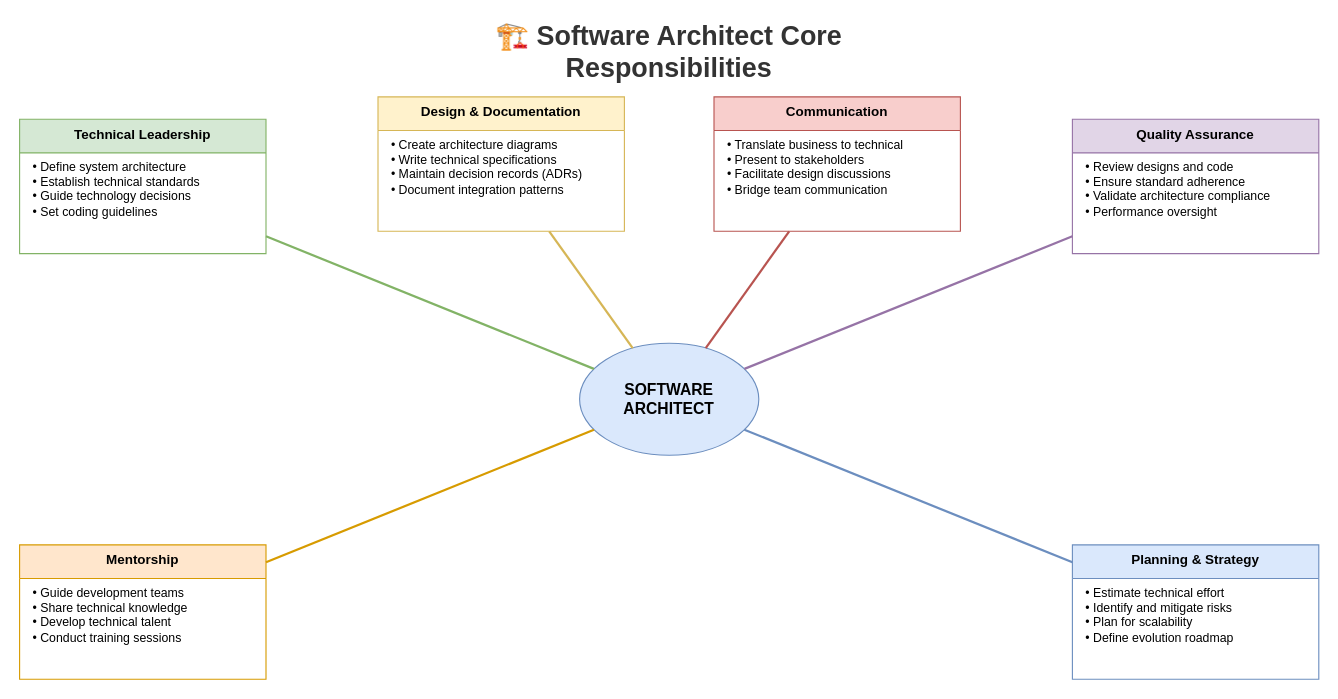
The draw.io diagram lesson-00-software-architect-overview/diagrams/1.1-core-responsibilities.drawio in MrParkerZ7/document-lesson-software-architect-x-claude, before the edit. Source tidied: cells renumbered, new cells numbered last; positions are measured from the earlier drawing's top-left corner, leaving out a move shared by most shapes. Both pictures are drawn from the tidied source at 112%, with x=0, y=0 at pixel (19, 29).
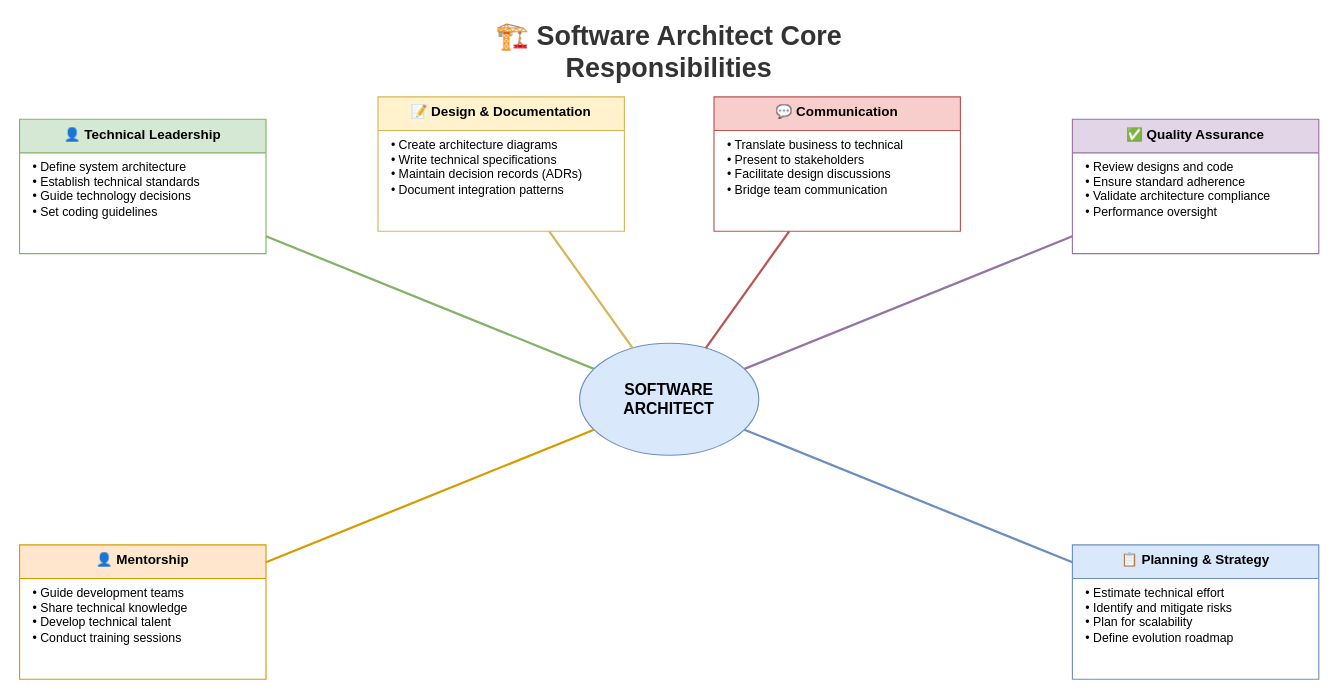
After the change.

What changed in the source:
```diff
@@
-    <mxCell id="4" value="Technical Leadership" style="swimlane;fontStyle=1;align=center;verticalAlign=top;horizontal=1;startSize=30;fillColor=#d5e8d4;strokeColor=#82b366;" parent="1" vertex="1">
+    <mxCell id="4" value="👤 Technical Leadership" style="swimlane;fontStyle=1;align=center;verticalAlign=top;horizontal=1;startSize=30;fillColor=#d5e8d4;strokeColor=#82b366;" parent="1" vertex="1">
       <mxGeometry y="80" width="220" height="120" as="geometry" />
     </mxCell>
@@
-    <mxCell id="6" value="Design &amp; Documentation" style="swimlane;fontStyle=1;align=center;verticalAlign=top;horizontal=1;startSize=30;fillColor=#fff2cc;strokeColor=#d6b656;" parent="1" vertex="1">
+    <mxCell id="6" value="📝 Design &amp; Documentation" style="swimlane;fontStyle=1;align=center;verticalAlign=top;horizontal=1;startSize=30;fillColor=#fff2cc;strokeColor=#d6b656;" parent="1" vertex="1">
       <mxGeometry x="320" y="60" width="220" height="120" as="geometry" />
     </mxCell>
@@
-    <mxCell id="8" value="Communication" style="swimlane;fontStyle=1;align=center;verticalAlign=top;horizontal=1;startSize=30;fillColor=#f8cecc;strokeColor=#b85450;" parent="1" vertex="1">
+    <mxCell id="8" value="💬 Communication" style="swimlane;fontStyle=1;align=center;verticalAlign=top;horizontal=1;startSize=30;fillColor=#f8cecc;strokeColor=#b85450;" parent="1" vertex="1">
       <mxGeometry x="620" y="60" width="220" height="120" as="geometry" />
     </mxCell>
@@
-    <mxCell id="10" value="Quality Assurance" style="swimlane;fontStyle=1;align=center;verticalAlign=top;horizontal=1;startSize=30;fillColor=#e1d5e7;strokeColor=#9673a6;" parent="1" vertex="1">
+    <mxCell id="10" value="✅ Quality Assurance" style="swimlane;fontStyle=1;align=center;verticalAlign=top;horizontal=1;startSize=30;fillColor=#e1d5e7;strokeColor=#9673a6;" parent="1" vertex="1">
       <mxGeometry x="940" y="80" width="220" height="120" as="geometry" />
     </mxCell>
@@
-    <mxCell id="12" value="Mentorship" style="swimlane;fontStyle=1;align=center;verticalAlign=top;horizontal=1;startSize=30;fillColor=#ffe6cc;strokeColor=#d79b00;" parent="1" vertex="1">
+    <mxCell id="12" value="👤 Mentorship" style="swimlane;fontStyle=1;align=center;verticalAlign=top;horizontal=1;startSize=30;fillColor=#ffe6cc;strokeColor=#d79b00;" parent="1" vertex="1">
       <mxGeometry y="460" width="220" height="120" as="geometry" />
     </mxCell>
@@
-    <mxCell id="14" value="Planning &amp; Strategy" style="swimlane;fontStyle=1;align=center;verticalAlign=top;horizontal=1;startSize=30;fillColor=#dae8fc;strokeColor=#6c8ebf;" parent="1" vertex="1">
+    <mxCell id="14" value="📋 Planning &amp; Strategy" style="swimlane;fontStyle=1;align=center;verticalAlign=top;horizontal=1;startSize=30;fillColor=#dae8fc;strokeColor=#6c8ebf;" parent="1" vertex="1">
       <mxGeometry x="940" y="460" width="220" height="120" as="geometry" />
     </mxCell>
```
